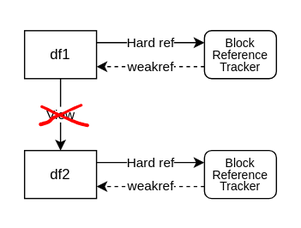
Before: pydata-berlin-2023/img/copy-on-write_modified.svg, a diagram exported from draw.io (phofl/pydata-berlin). Source tidied: cells renumbered, new cells last; positions are measured from the earlier drawing's top-left corner, leaving out a move shared by most shapes.
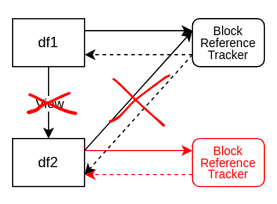
Above is the later version.

Commit message:
Update copy/view slides

Diff of the diagram source:
```diff
@@ -20,28 +20,16 @@
     <mxCell id="7" style="endArrow=classic;html=1;rounded=0;exitX=1;exitY=0.25;exitDx=0;exitDy=0;entryX=0;entryY=0.25;entryDx=0;entryDy=0;" parent="1" edge="1" source="2" target="6">
       <mxGeometry relative="1" as="geometry" />
     </mxCell>
-    <mxCell id="8" value="&lt;div&gt;Hard ref&lt;/div&gt;" style="edgeLabel;html=1;align=center;verticalAlign=middle;" parent="7" vertex="1">
-      <mxGeometry relative="1" as="geometry" />
-    </mxCell>
     <mxCell id="9" style="endArrow=classic;html=1;rounded=0;exitX=0;exitY=0.75;exitDx=0;exitDy=0;entryX=1;entryY=0.75;entryDx=0;entryDy=0;dashed=1;" parent="1" edge="1" source="6" target="2">
       <mxGeometry relative="1" as="geometry" />
     </mxCell>
-    <mxCell id="10" value="weakref" style="edgeLabel;html=1;align=center;verticalAlign=middle;" parent="9" vertex="1">
-      <mxGeometry relative="1" as="geometry" />
-    </mxCell>
-    <mxCell id="11" style="endArrow=classic;html=1;rounded=0;entryX=0;entryY=0.25;entryDx=0;entryDy=0;exitX=1;exitY=0.25;exitDx=0;exitDy=0;" parent="1" edge="1" source="3" target="15">
+    <mxCell id="11" style="endArrow=classic;html=1;rounded=0;entryX=0;entryY=0.25;entryDx=0;entryDy=0;exitX=1;exitY=0.25;exitDx=0;exitDy=0;strokeColor=#FF0000;" parent="1" edge="1" source="3" target="15">
       <mxGeometry relative="1" as="geometry" />
     </mxCell>
-    <mxCell id="12" value="&lt;div&gt;Hard ref&lt;/div&gt;" style="edgeLabel;html=1;align=center;verticalAlign=middle;" parent="11" vertex="1">
-      <mxGeometry relative="1" as="geometry" />
-    </mxCell>
-    <mxCell id="13" style="endArrow=classic;html=1;rounded=0;exitX=0;exitY=0.75;exitDx=0;exitDy=0;dashed=1;entryX=1;entryY=0.75;entryDx=0;entryDy=0;" parent="1" edge="1" source="15" target="3">
+    <mxCell id="13" style="endArrow=classic;html=1;rounded=0;exitX=0;exitY=0.75;exitDx=0;exitDy=0;dashed=1;entryX=1;entryY=0.75;entryDx=0;entryDy=0;strokeColor=#FF0000;" parent="1" edge="1" source="15" target="3">
       <mxGeometry relative="1" as="geometry" />
     </mxCell>
-    <mxCell id="14" value="weakref" style="edgeLabel;html=1;align=center;verticalAlign=middle;" parent="13" vertex="1">
-      <mxGeometry relative="1" as="geometry" />
-    </mxCell>
-    <mxCell id="15" value="&lt;p style=&quot;line-height: 100%; font-size: 10px;&quot;&gt;&lt;font style=&quot;font-size: 10px;&quot;&gt;Block Reference Tracker&lt;/font&gt;&lt;/p&gt;" style="rounded=1;whiteSpace=wrap;html=1;" parent="1" vertex="1">
+    <mxCell id="15" value="&lt;p style=&quot;line-height: 100%; font-size: 10px;&quot;&gt;&lt;font color=&quot;#ff0000&quot; style=&quot;font-size: 10px;&quot;&gt;Block Reference Tracker&lt;/font&gt;&lt;/p&gt;" style="rounded=1;whiteSpace=wrap;html=1;strokeColor=#FF0000;" parent="1" vertex="1">
       <mxGeometry x="150" y="100" width="60" height="40" as="geometry" />
     </mxCell>
     <mxCell id="16" style="shape=(stored shape, 1140 characters);lineShape=1;strokeColor=#FF0000;" parent="1" vertex="1">
@@ -50,5 +38,17 @@
     <mxCell id="17" style="shape=(stored shape, 1068 characters);lineShape=1;strokeColor=#FF0000;" parent="1" vertex="1">
       <mxGeometry x="12.4" y="61.6" width="35.5" height="17.6" as="geometry" />
     </mxCell>
+    <mxCell id="18" style="endArrow=classic;html=1;rounded=0;entryX=0;entryY=0.25;entryDx=0;entryDy=0;exitX=1;exitY=0.25;exitDx=0;exitDy=0;" parent="1" edge="1" source="3" target="6">
+      <mxGeometry relative="1" as="geometry" />
+    </mxCell>
+    <mxCell id="19" style="endArrow=classic;html=1;rounded=0;exitX=0;exitY=0.75;exitDx=0;exitDy=0;dashed=1;entryX=1;entryY=0.75;entryDx=0;entryDy=0;" parent="1" edge="1" source="6" target="3">
+      <mxGeometry relative="1" as="geometry" />
+    </mxCell>
+    <mxCell id="20" style="shape=(stored shape, 1208 characters);lineShape=1;strokeColor=#FF0000;" parent="1" vertex="1">
+      <mxGeometry x="83.8" y="50" width="42.7" height="39.6" as="geometry" />
+    </mxCell>
+    <mxCell id="21" style="shape=(stored shape, 1268 characters);lineShape=1;strokeColor=#FF0000;" parent="1" vertex="1">
+      <mxGeometry x="80.9" y="47" width="50.1" height="39.4" as="geometry" />
+    </mxCell>
   </root>
 </mxGraphModel>
```
